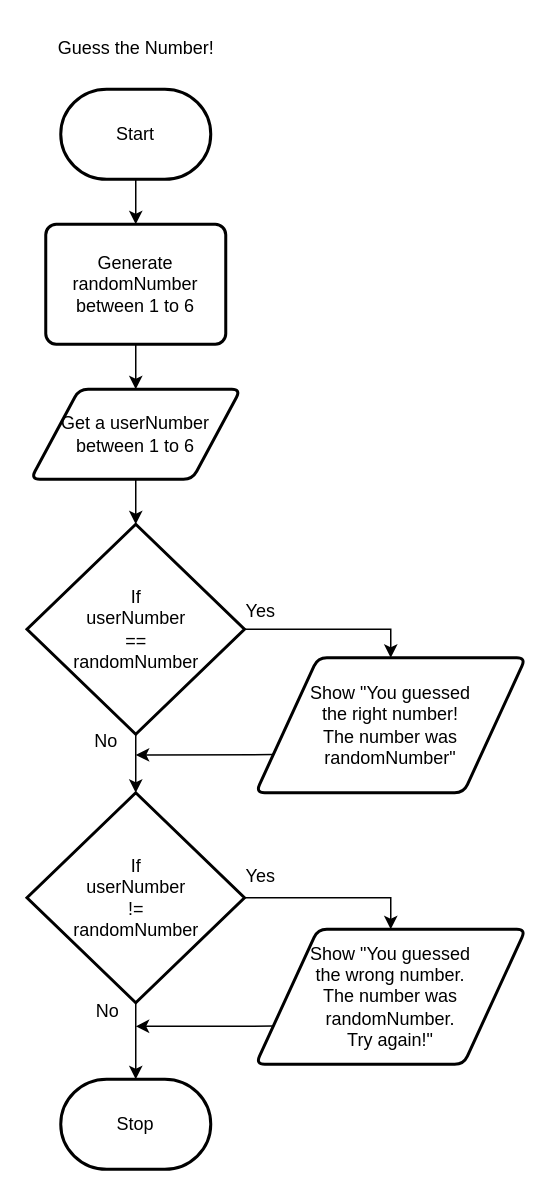
This is design/flowchart.drawio from MTHS-ICD2O-1-2024/ICD2O-Unit-5-01-Ain-Jeong, a draw.io file, before an edit. Source tidied: cells renumbered, new cells numbered last; positions are measured from the earlier drawing's top-left corner, leaving out a move shared by most shapes. Both pictures are drawn from the tidied source at 150%, with x=0, y=0 at pixel (27, 26).
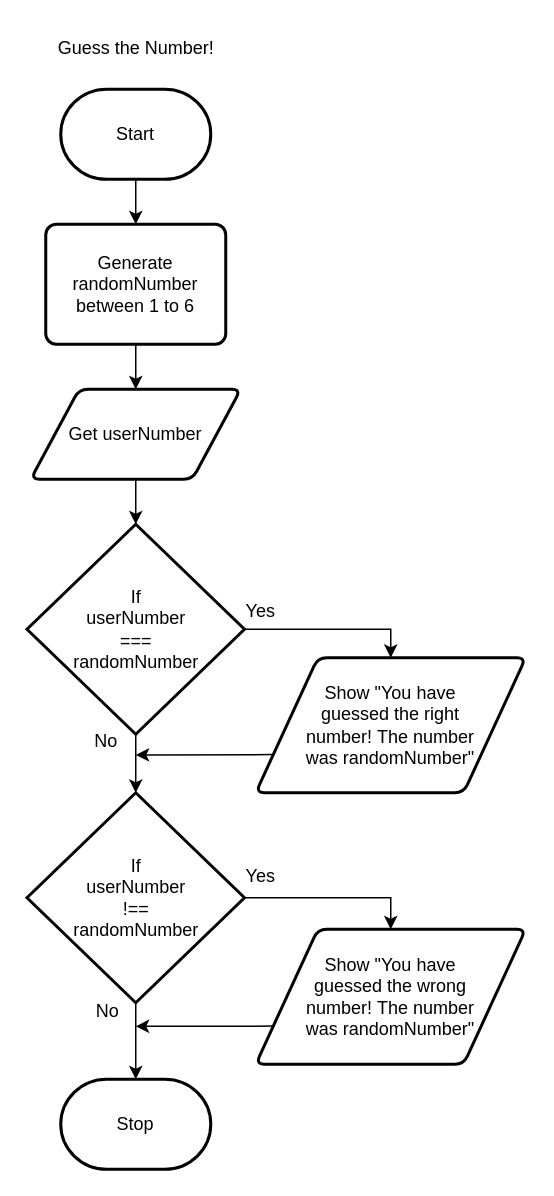
Above is the later version.

Diff of the diagram source:
```diff
@@
-    <mxCell id="6" value="Get a userNumber&lt;div&gt;between 1 to 6&lt;/div&gt;" style="shape=parallelogram;html=1;strokeWidth=2;perimeter=parallelogramPerimeter;whiteSpace=wrap;rounded=1;arcSize=12;size=0.23;" parent="1" vertex="1">
+    <mxCell id="6" value="Get userNumber" style="shape=parallelogram;html=1;strokeWidth=2;perimeter=parallelogramPerimeter;whiteSpace=wrap;rounded=1;arcSize=12;size=0.23;" parent="1" vertex="1">
       <mxGeometry x="2" y="242" width="140" height="60" as="geometry" />
     </mxCell>
@@
-    <mxCell id="8" value="If&lt;div&gt;userNumber&lt;/div&gt;&lt;div&gt;==&lt;/div&gt;&lt;div&gt;randomNumber&lt;/div&gt;" style="strokeWidth=2;html=1;shape=mxgraph.flowchart.decision;whiteSpace=wrap;" parent="1" vertex="1">
+    <mxCell id="8" value="If&lt;div&gt;userNumber&lt;/div&gt;&lt;div&gt;===&lt;/div&gt;&lt;div&gt;randomNumber&lt;/div&gt;" style="strokeWidth=2;html=1;shape=mxgraph.flowchart.decision;whiteSpace=wrap;" parent="1" vertex="1">
       <mxGeometry x="-0.5" y="332" width="145" height="140" as="geometry" />
     </mxCell>
@@
-    <mxCell id="11" value="Show &quot;You guessed&lt;div&gt;the wrong&amp;nbsp;&lt;span style=&quot;background-color: transparent;&quot;&gt;number.&lt;/span&gt;&lt;/div&gt;&lt;div&gt;&lt;span style=&quot;background-color: transparent;&quot;&gt;The number was randomNumber.&lt;/span&gt;&lt;/div&gt;&lt;div&gt;&lt;span style=&quot;background-color: transparent;&quot;&gt;Try again!&quot;&lt;/span&gt;&lt;/div&gt;" style="shape=parallelogram;html=1;strokeWidth=2;perimeter=parallelogramPerimeter;whiteSpace=wrap;rounded=1;arcSize=12;size=0.23;" parent="1" vertex="1">
+    <mxCell id="11" value="&lt;span style=&quot;color: rgb(0, 0, 0);&quot;&gt;Show &quot;You have&lt;/span&gt;&lt;div&gt;guessed&amp;nbsp;&lt;span style=&quot;background-color: transparent;&quot;&gt;the wrong&lt;/span&gt;&lt;/div&gt;&lt;div&gt;&lt;span style=&quot;background-color: transparent;&quot;&gt;number!&amp;nbsp;&lt;/span&gt;&lt;span style=&quot;background-color: transparent;&quot;&gt;The number&lt;/span&gt;&lt;/div&gt;&lt;div&gt;&lt;span style=&quot;background-color: transparent;&quot;&gt;was randomNumber&quot;&lt;/span&gt;&lt;/div&gt;" style="shape=parallelogram;html=1;strokeWidth=2;perimeter=parallelogramPerimeter;whiteSpace=wrap;rounded=1;arcSize=12;size=0.23;" parent="1" vertex="1">
       <mxGeometry x="152" y="602" width="180" height="90" as="geometry" />
     </mxCell>
@@
-    <mxCell id="13" value="Show &quot;You guessed&lt;div&gt;the right&amp;nbsp;&lt;span style=&quot;background-color: transparent;&quot;&gt;number!&lt;/span&gt;&lt;/div&gt;&lt;div&gt;&lt;span style=&quot;background-color: transparent;&quot;&gt;The number was randomNumber&quot;&lt;/span&gt;&lt;/div&gt;" style="shape=parallelogram;html=1;strokeWidth=2;perimeter=parallelogramPerimeter;whiteSpace=wrap;rounded=1;arcSize=12;size=0.23;" parent="1" vertex="1">
+    <mxCell id="13" value="Show &quot;You have&lt;div&gt;guessed&amp;nbsp;&lt;span style=&quot;background-color: transparent;&quot;&gt;the right&lt;/span&gt;&lt;/div&gt;&lt;div&gt;&lt;span style=&quot;background-color: transparent;&quot;&gt;number!&amp;nbsp;&lt;/span&gt;&lt;span style=&quot;background-color: transparent;&quot;&gt;The number&lt;/span&gt;&lt;/div&gt;&lt;div&gt;&lt;span style=&quot;background-color: transparent;&quot;&gt;was randomNumber&quot;&lt;/span&gt;&lt;/div&gt;" style="shape=parallelogram;html=1;strokeWidth=2;perimeter=parallelogramPerimeter;whiteSpace=wrap;rounded=1;arcSize=12;size=0.23;" parent="1" vertex="1">
       <mxGeometry x="152" y="421" width="180" height="90" as="geometry" />
     </mxCell>
@@
-    <mxCell id="17" value="If&lt;div&gt;userNumber&lt;/div&gt;&lt;div&gt;!=&lt;/div&gt;&lt;div&gt;randomNumber&lt;/div&gt;" style="strokeWidth=2;html=1;shape=mxgraph.flowchart.decision;whiteSpace=wrap;" parent="1" vertex="1">
+    <mxCell id="17" value="If&lt;div&gt;userNumber&lt;/div&gt;&lt;div&gt;!==&lt;/div&gt;&lt;div&gt;randomNumber&lt;/div&gt;" style="strokeWidth=2;html=1;shape=mxgraph.flowchart.decision;whiteSpace=wrap;" parent="1" vertex="1">
       <mxGeometry x="-0.5" y="511" width="145" height="140" as="geometry" />
     </mxCell>
```
